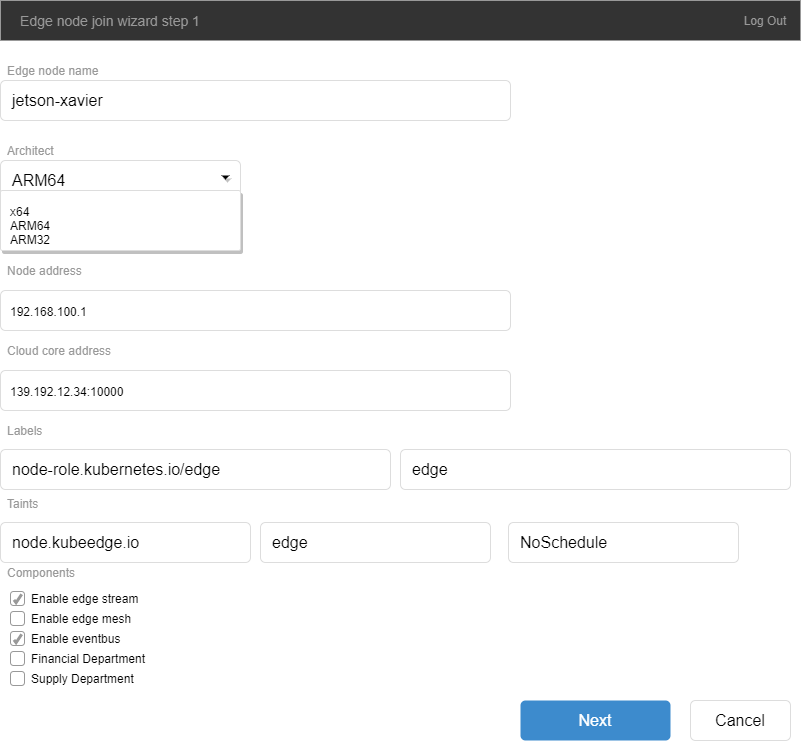
kubesphere/community keeps this draw.io diagram as sig-edge/images/edge_join_1.png. Above is the earlier version. Source tidied: cells renumbered, new cells last; positions are measured from the earlier drawing's top-left corner, leaving out a move shared by most shapes.
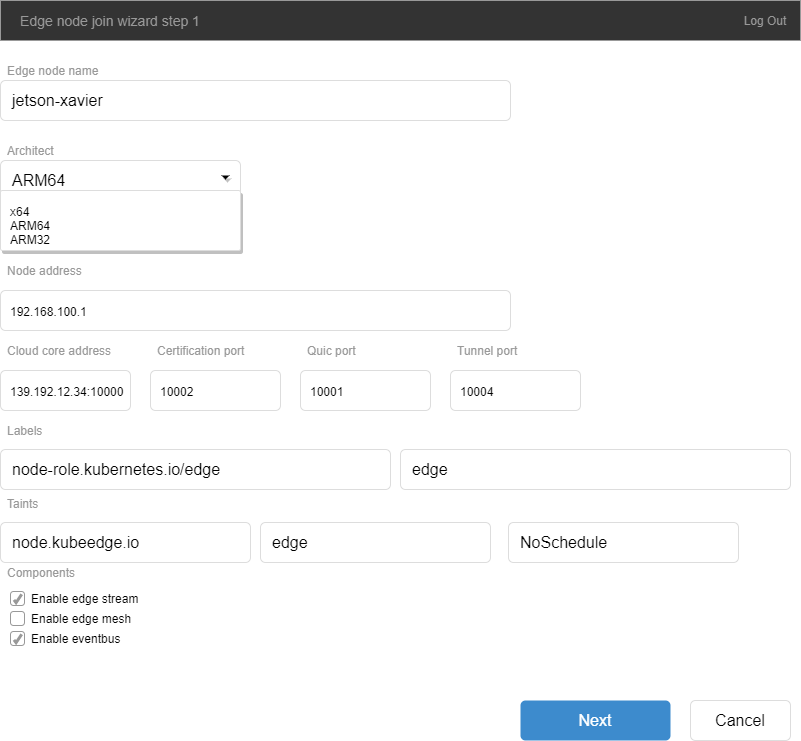
Later version of the same file.

Commit message:
Update kubeedge keadm images

Diff of the diagram source:
```diff
@@ -56,12 +56,6 @@
     <mxCell id="19" value="Enable eventbus" style="html=1;shadow=0;dashed=0;shape=mxgraph.bootstrap.checkbox;fontSize=12;strokeColor=#999999;align=left;labelPosition=right;spacingLeft=5;rounded=0;" parent="1" vertex="1">
       <mxGeometry x="10" y="631" width="14" height="14" as="geometry" />
     </mxCell>
-    <mxCell id="20" value="Financial Department" style="html=1;shadow=0;dashed=0;shape=mxgraph.bootstrap.rrect;fontSize=12;rSize=3;strokeColor=#999999;align=left;labelPosition=right;spacingLeft=5;rounded=0;" parent="1" vertex="1">
-      <mxGeometry x="10" y="651" width="14" height="14" as="geometry" />
-    </mxCell>
-    <mxCell id="21" value="Supply Department" style="html=1;shadow=0;dashed=0;shape=mxgraph.bootstrap.rrect;fontSize=12;rSize=3;strokeColor=#999999;align=left;labelPosition=right;spacingLeft=5;rounded=0;" parent="1" vertex="1">
-      <mxGeometry x="10" y="671" width="14" height="14" as="geometry" />
-    </mxCell>
     <mxCell id="22" value="Next" style="html=1;shadow=0;dashed=0;shape=mxgraph.bootstrap.rrect;align=center;rSize=5;strokeColor=none;fillColor=#3D8BCD;fontColor=#ffffff;fontSize=16;whiteSpace=wrap;rounded=0;" parent="1" vertex="1">
       <mxGeometry x="520" y="700" width="150" height="40" as="geometry" />
     </mxCell>
@@ -69,10 +63,10 @@
       <mxGeometry x="690" y="700" width="100" height="40" as="geometry" />
     </mxCell>
     <mxCell id="24" value="Cloud core address" style="html=1;shadow=0;dashed=0;shape=mxgraph.bootstrap.rect;strokeColor=none;fillColor=none;fontColor=#999999;align=left;spacingLeft=5;whiteSpace=wrap;rounded=0;" parent="1" vertex="1">
-      <mxGeometry y="340" width="200" height="20" as="geometry" />
+      <mxGeometry y="340" width="120" height="20" as="geometry" />
     </mxCell>
     <mxCell id="25" value="139.192.12.34:10000" style="html=1;shadow=0;dashed=0;shape=mxgraph.bootstrap.rrect;rSize=5;fontSize=12;strokeColor=#dddddd;align=left;spacing=10;verticalAlign=top;whiteSpace=wrap;rounded=0;" parent="1" vertex="1">
-      <mxGeometry y="370" width="510" height="40" as="geometry" />
+      <mxGeometry y="370" width="130" height="40" as="geometry" />
     </mxCell>
     <mxCell id="26" value="Taints" style="html=1;shadow=0;dashed=0;shape=mxgraph.bootstrap.rect;strokeColor=none;fillColor=none;fontColor=#999999;align=left;spacingLeft=5;whiteSpace=wrap;rounded=0;" parent="1" vertex="1">
       <mxGeometry y="493" width="200" height="20" as="geometry" />
@@ -86,5 +80,23 @@
     <mxCell id="29" value="NoSchedule" style="html=1;shadow=0;dashed=0;shape=mxgraph.bootstrap.rrect;rSize=5;strokeColor=#dddddd;align=left;spacingLeft=10;fontSize=16;whiteSpace=wrap;rounded=0;" parent="1" vertex="1">
       <mxGeometry x="508" y="522" width="230" height="40" as="geometry" />
     </mxCell>
+    <mxCell id="30" value="Certification port" style="html=1;shadow=0;dashed=0;shape=mxgraph.bootstrap.rect;strokeColor=none;fillColor=none;fontColor=#999999;align=left;spacingLeft=5;whiteSpace=wrap;rounded=0;" parent="1" vertex="1">
+      <mxGeometry x="150" y="340" width="120" height="20" as="geometry" />
+    </mxCell>
+    <mxCell id="31" value="10002" style="html=1;shadow=0;dashed=0;shape=mxgraph.bootstrap.rrect;rSize=5;fontSize=12;strokeColor=#dddddd;align=left;spacing=10;verticalAlign=top;whiteSpace=wrap;rounded=0;" parent="1" vertex="1">
+      <mxGeometry x="150" y="370" width="130" height="40" as="geometry" />
+    </mxCell>
+    <mxCell id="32" value="Quic port" style="html=1;shadow=0;dashed=0;shape=mxgraph.bootstrap.rect;strokeColor=none;fillColor=none;fontColor=#999999;align=left;spacingLeft=5;whiteSpace=wrap;rounded=0;" parent="1" vertex="1">
+      <mxGeometry x="300" y="340" width="120" height="20" as="geometry" />
+    </mxCell>
+    <mxCell id="33" value="10001" style="html=1;shadow=0;dashed=0;shape=mxgraph.bootstrap.rrect;rSize=5;fontSize=12;strokeColor=#dddddd;align=left;spacing=10;verticalAlign=top;whiteSpace=wrap;rounded=0;" parent="1" vertex="1">
+      <mxGeometry x="300" y="370" width="130" height="40" as="geometry" />
+    </mxCell>
+    <mxCell id="34" value="Tunnel port" style="html=1;shadow=0;dashed=0;shape=mxgraph.bootstrap.rect;strokeColor=none;fillColor=none;fontColor=#999999;align=left;spacingLeft=5;whiteSpace=wrap;rounded=0;" parent="1" vertex="1">
+      <mxGeometry x="450" y="340" width="120" height="20" as="geometry" />
+    </mxCell>
+    <mxCell id="35" value="10004" style="html=1;shadow=0;dashed=0;shape=mxgraph.bootstrap.rrect;rSize=5;fontSize=12;strokeColor=#dddddd;align=left;spacing=10;verticalAlign=top;whiteSpace=wrap;rounded=0;" parent="1" vertex="1">
+      <mxGeometry x="450" y="370" width="130" height="40" as="geometry" />
+    </mxCell>
   </root>
 </mxGraphModel>
```
